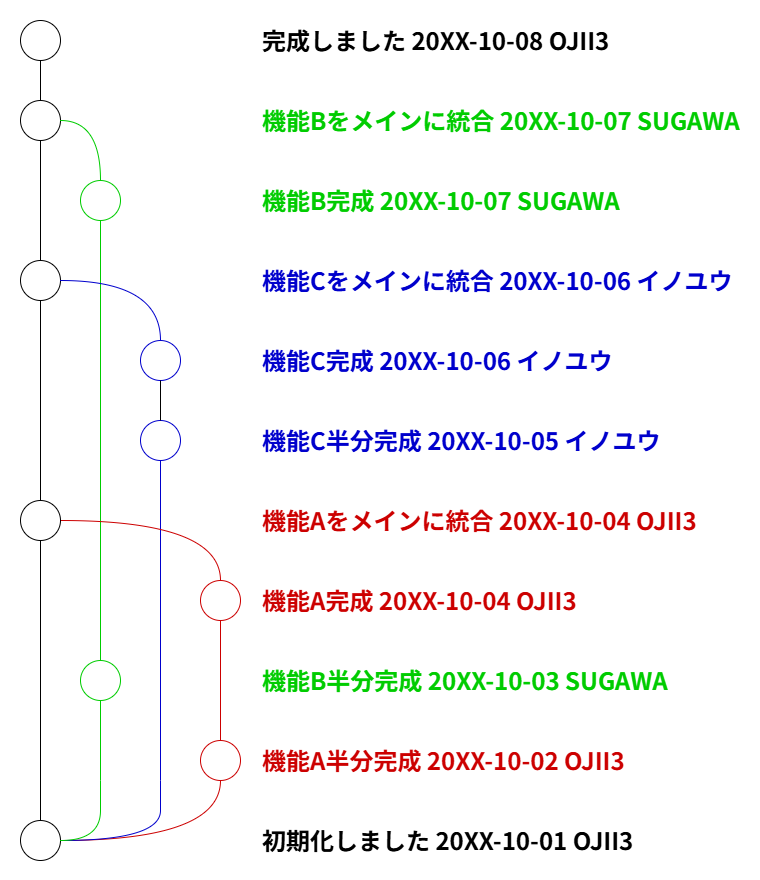
This is gitlec-step0-2025/img/goodcommit.png from tuatmcc/GitLec, a draw.io export, as it was before one commit. Source tidied: cells renumbered, new cells last; positions are measured from the earlier drawing's top-left corner, leaving out a move shared by most shapes. Source of this version:
```xml
<mxGraphModel>
  <root>
    <mxCell id="0" />
    <mxCell id="1" parent="0" />
    <mxCell id="2" style="rounded=0;whiteSpace=wrap;html=1;strokeColor=none;" parent="1" vertex="1">
      <mxGeometry width="760" height="880" as="geometry" />
    </mxCell>
    <mxCell id="3" style="ellipse;whiteSpace=wrap;html=1;" parent="1" vertex="1">
      <mxGeometry x="20" y="820" width="40" height="40" as="geometry" />
    </mxCell>
    <mxCell id="4" value="&lt;font face=&quot;Noto Sans JP&quot;&gt;&lt;span style=&quot;font-size: 24px;&quot;&gt;&lt;b&gt;初期化しました 20XX-10-01 OJII3&lt;/b&gt;&lt;/span&gt;&lt;/font&gt;" style="text;html=1;align=left;verticalAlign=middle;whiteSpace=wrap;rounded=0;" parent="1" vertex="1">
      <mxGeometry x="260" y="820" width="390" height="40" as="geometry" />
    </mxCell>
    <mxCell id="5" style="ellipse;whiteSpace=wrap;html=1;strokeColor=#CC0000;" parent="1" vertex="1">
      <mxGeometry x="200" y="740" width="40" height="40" as="geometry" />
    </mxCell>
    <mxCell id="6" value="&lt;font style=&quot;color: rgb(204, 0, 0);&quot; face=&quot;Noto Sans JP&quot;&gt;&lt;span style=&quot;font-size: 24px;&quot;&gt;&lt;b style=&quot;&quot;&gt;機能A半分完成 20XX-10-02 OJII3&lt;/b&gt;&lt;/span&gt;&lt;/font&gt;" style="text;html=1;align=left;verticalAlign=middle;whiteSpace=wrap;rounded=0;fontColor=#FF9999;" parent="1" vertex="1">
      <mxGeometry x="260" y="740" width="370" height="40" as="geometry" />
    </mxCell>
    <mxCell id="7" style="ellipse;whiteSpace=wrap;html=1;strokeColor=#00CC00;" parent="1" vertex="1">
      <mxGeometry x="80" y="660" width="40" height="40" as="geometry" />
    </mxCell>
    <mxCell id="8" value="&lt;font style=&quot;color: rgb(0, 204, 0);&quot;&gt;&lt;b style=&quot;scrollbar-color: rgb(226, 226, 226) rgb(251, 251, 251); font-family: &amp;quot;Noto Sans JP&amp;quot;; font-size: 24px;&quot;&gt;機能B半分完成&lt;/b&gt;&lt;font style=&quot;&quot; face=&quot;Noto Sans JP&quot;&gt;&lt;span style=&quot;font-size: 24px;&quot;&gt;&lt;b style=&quot;&quot;&gt;&amp;nbsp;20XX-10-03 SUGAWA&lt;/b&gt;&lt;/span&gt;&lt;/font&gt;&lt;/font&gt;" style="text;html=1;align=left;verticalAlign=middle;whiteSpace=wrap;rounded=0;" parent="1" vertex="1">
      <mxGeometry x="260" y="660" width="420" height="40" as="geometry" />
    </mxCell>
    <mxCell id="9" style="ellipse;whiteSpace=wrap;html=1;strokeColor=#CC0000;" parent="1" vertex="1">
      <mxGeometry x="200" y="580" width="40" height="40" as="geometry" />
    </mxCell>
    <mxCell id="10" value="&lt;font style=&quot;color: rgb(0, 0, 204);&quot;&gt;&lt;b style=&quot;scrollbar-color: rgb(226, 226, 226) rgb(251, 251, 251); font-family: &amp;quot;Noto Sans JP&amp;quot;; font-size: 24px;&quot;&gt;機能C半分完成&lt;/b&gt;&lt;font style=&quot;&quot; face=&quot;Noto Sans JP&quot;&gt;&lt;span style=&quot;font-size: 24px;&quot;&gt;&lt;b style=&quot;&quot;&gt;&amp;nbsp;20XX-10-05 イノユウ&lt;/b&gt;&lt;/span&gt;&lt;/font&gt;&lt;/font&gt;" style="text;html=1;align=left;verticalAlign=middle;whiteSpace=wrap;rounded=0;" parent="1" vertex="1">
      <mxGeometry x="260" y="420" width="420" height="40" as="geometry" />
    </mxCell>
    <mxCell id="11" style="endArrow=none;html=1;strokeColor=#00CC00;" parent="1" edge="1" source="7" target="16">
      <mxGeometry relative="1" as="geometry" />
    </mxCell>
    <mxCell id="12" style="endArrow=none;html=1;strokeColor=#CC0000;" parent="1" edge="1" source="9" target="5">
      <mxGeometry relative="1" as="geometry" />
    </mxCell>
    <mxCell id="13" style="ellipse;whiteSpace=wrap;html=1;strokeColor=#0000CC;" parent="1" vertex="1">
      <mxGeometry x="140" y="420" width="40" height="40" as="geometry" />
    </mxCell>
    <mxCell id="14" style="ellipse;whiteSpace=wrap;html=1;strokeColor=#0000CC;" parent="1" vertex="1">
      <mxGeometry x="140" y="340" width="40" height="40" as="geometry" />
    </mxCell>
    <mxCell id="15" style="endArrow=none;html=1;" parent="1" edge="1" source="13" target="14">
      <mxGeometry relative="1" as="geometry" />
    </mxCell>
    <mxCell id="16" style="ellipse;whiteSpace=wrap;html=1;strokeColor=#00CC00;" parent="1" vertex="1">
      <mxGeometry x="80" y="180" width="40" height="40" as="geometry" />
    </mxCell>
    <mxCell id="17" style="ellipse;whiteSpace=wrap;html=1;" parent="1" vertex="1">
      <mxGeometry x="20" y="20" width="40" height="40" as="geometry" />
    </mxCell>
    <mxCell id="18" value="&lt;font face=&quot;Noto Sans JP&quot;&gt;&lt;span style=&quot;font-size: 24px;&quot;&gt;&lt;b&gt;完成しました 20XX-10-08 OJII3&lt;/b&gt;&lt;/span&gt;&lt;/font&gt;" style="text;html=1;align=left;verticalAlign=middle;whiteSpace=wrap;rounded=0;" parent="1" vertex="1">
      <mxGeometry x="260" y="20" width="370" height="40" as="geometry" />
    </mxCell>
    <mxCell id="19" value="&lt;font style=&quot;color: rgb(204, 0, 0);&quot; face=&quot;Noto Sans JP&quot;&gt;&lt;span style=&quot;font-size: 24px;&quot;&gt;&lt;b style=&quot;&quot;&gt;機能A完成 20XX-10-04 OJII3&lt;/b&gt;&lt;/span&gt;&lt;/font&gt;" style="text;html=1;align=left;verticalAlign=middle;whiteSpace=wrap;rounded=0;fontColor=#FF9999;" parent="1" vertex="1">
      <mxGeometry x="260" y="580" width="340" height="40" as="geometry" />
    </mxCell>
    <mxCell id="20" value="&lt;font style=&quot;color: rgb(0, 204, 0);&quot;&gt;&lt;b style=&quot;scrollbar-color: rgb(226, 226, 226) rgb(251, 251, 251); font-family: &amp;quot;Noto Sans JP&amp;quot;; font-size: 24px;&quot;&gt;機能B完成&lt;/b&gt;&lt;font style=&quot;&quot; face=&quot;Noto Sans JP&quot;&gt;&lt;span style=&quot;font-size: 24px;&quot;&gt;&lt;b style=&quot;&quot;&gt;&amp;nbsp;20XX-10-07 SUGAWA&lt;/b&gt;&lt;/span&gt;&lt;/font&gt;&lt;/font&gt;" style="text;html=1;align=left;verticalAlign=middle;whiteSpace=wrap;rounded=0;" parent="1" vertex="1">
      <mxGeometry x="260" y="180" width="370" height="40" as="geometry" />
    </mxCell>
    <mxCell id="21" value="&lt;font style=&quot;color: rgb(0, 0, 204);&quot;&gt;&lt;b style=&quot;scrollbar-color: rgb(226, 226, 226) rgb(251, 251, 251); font-family: &amp;quot;Noto Sans JP&amp;quot;; font-size: 24px;&quot;&gt;機能C完成&lt;/b&gt;&lt;font style=&quot;&quot; face=&quot;Noto Sans JP&quot;&gt;&lt;span style=&quot;font-size: 24px;&quot;&gt;&lt;b style=&quot;&quot;&gt;&amp;nbsp;20XX-10-06 イノユウ&lt;/b&gt;&lt;/span&gt;&lt;/font&gt;&lt;/font&gt;" style="text;html=1;align=left;verticalAlign=middle;whiteSpace=wrap;rounded=0;" parent="1" vertex="1">
      <mxGeometry x="260" y="340" width="360" height="40" as="geometry" />
    </mxCell>
    <mxCell id="22" style="endArrow=none;html=1;rounded=0;curved=1;strokeColor=#CC0000;" parent="1" edge="1" source="3" target="5">
      <mxGeometry relative="1" as="geometry">
        <Array as="points">
          <mxPoint x="220" y="840" />
        </Array>
      </mxGeometry>
    </mxCell>
    <mxCell id="23" style="endArrow=none;html=1;rounded=0;curved=1;strokeColor=#0000CC;" parent="1" edge="1" source="3" target="13">
      <mxGeometry relative="1" as="geometry">
        <Array as="points">
          <mxPoint x="160" y="840" />
          <mxPoint x="160" y="780" />
        </Array>
      </mxGeometry>
    </mxCell>
    <mxCell id="24" style="endArrow=none;html=1;rounded=0;curved=1;strokeColor=#00CC00;" parent="1" edge="1" source="3" target="7">
      <mxGeometry relative="1" as="geometry">
        <Array as="points">
          <mxPoint x="100" y="840" />
          <mxPoint x="100" y="780" />
        </Array>
      </mxGeometry>
    </mxCell>
    <mxCell id="25" style="endArrow=none;html=1;rounded=0;curved=1;strokeColor=#CC0000;" parent="1" edge="1" source="27" target="9">
      <mxGeometry relative="1" as="geometry">
        <Array as="points">
          <mxPoint x="220" y="520" />
        </Array>
      </mxGeometry>
    </mxCell>
    <mxCell id="26" style="ellipse;whiteSpace=wrap;html=1;" parent="1" vertex="1">
      <mxGeometry x="20" y="100" width="40" height="40" as="geometry" />
    </mxCell>
    <mxCell id="27" style="ellipse;whiteSpace=wrap;html=1;" parent="1" vertex="1">
      <mxGeometry x="20" y="500" width="40" height="40" as="geometry" />
    </mxCell>
    <mxCell id="28" style="ellipse;whiteSpace=wrap;html=1;" parent="1" vertex="1">
      <mxGeometry x="20" y="260" width="40" height="40" as="geometry" />
    </mxCell>
    <mxCell id="29" style="endArrow=none;html=1;" parent="1" edge="1" source="26" target="17">
      <mxGeometry relative="1" as="geometry" />
    </mxCell>
    <mxCell id="30" style="endArrow=none;html=1;" parent="1" edge="1" source="28" target="26">
      <mxGeometry relative="1" as="geometry" />
    </mxCell>
    <mxCell id="31" style="endArrow=none;html=1;" parent="1" edge="1" source="27" target="28">
      <mxGeometry relative="1" as="geometry" />
    </mxCell>
    <mxCell id="32" style="endArrow=none;html=1;" parent="1" edge="1" source="3" target="27">
      <mxGeometry relative="1" as="geometry" />
    </mxCell>
    <mxCell id="33" value="&lt;font style=&quot;color: rgb(204, 0, 0);&quot; face=&quot;Noto Sans JP&quot;&gt;&lt;span style=&quot;font-size: 24px;&quot;&gt;&lt;b style=&quot;&quot;&gt;機能Aをメインに統合 20XX-10-04 OJII3&lt;/b&gt;&lt;/span&gt;&lt;/font&gt;" style="text;html=1;align=left;verticalAlign=middle;whiteSpace=wrap;rounded=0;fontColor=#FF9999;" parent="1" vertex="1">
      <mxGeometry x="260" y="500" width="450" height="40" as="geometry" />
    </mxCell>
    <mxCell id="34" style="endArrow=none;html=1;rounded=0;curved=1;strokeColor=#0000CC;" parent="1" edge="1" source="28" target="14">
      <mxGeometry relative="1" as="geometry">
        <Array as="points">
          <mxPoint x="160" y="280" />
        </Array>
      </mxGeometry>
    </mxCell>
    <mxCell id="35" style="endArrow=none;html=1;rounded=0;curved=1;strokeColor=#00CC00;" parent="1" edge="1" source="26" target="16">
      <mxGeometry relative="1" as="geometry">
        <Array as="points">
          <mxPoint x="100" y="120" />
        </Array>
      </mxGeometry>
    </mxCell>
    <mxCell id="36" value="&lt;font style=&quot;color: rgb(0, 204, 0);&quot;&gt;&lt;b style=&quot;scrollbar-color: rgb(226, 226, 226) rgb(251, 251, 251); font-family: &amp;quot;Noto Sans JP&amp;quot;; font-size: 24px;&quot;&gt;機能Bをメインに統合&lt;/b&gt;&lt;font style=&quot;&quot; face=&quot;Noto Sans JP&quot;&gt;&lt;span style=&quot;font-size: 24px;&quot;&gt;&lt;b style=&quot;&quot;&gt;&amp;nbsp;20XX-10-07 SUGAWA&lt;/b&gt;&lt;/span&gt;&lt;/font&gt;&lt;/font&gt;" style="text;html=1;align=left;verticalAlign=middle;whiteSpace=wrap;rounded=0;" parent="1" vertex="1">
      <mxGeometry x="260" y="100" width="490" height="40" as="geometry" />
    </mxCell>
    <mxCell id="37" value="&lt;font style=&quot;color: rgb(0, 0, 204);&quot;&gt;&lt;b style=&quot;scrollbar-color: rgb(226, 226, 226) rgb(251, 251, 251); font-family: &amp;quot;Noto Sans JP&amp;quot;; font-size: 24px;&quot;&gt;機能Cをメインに統合&lt;/b&gt;&lt;font style=&quot;&quot; face=&quot;Noto Sans JP&quot;&gt;&lt;span style=&quot;font-size: 24px;&quot;&gt;&lt;b style=&quot;&quot;&gt;&amp;nbsp;20XX-10-06 イノユウ&lt;/b&gt;&lt;/span&gt;&lt;/font&gt;&lt;/font&gt;" style="text;html=1;align=left;verticalAlign=middle;whiteSpace=wrap;rounded=0;" parent="1" vertex="1">
      <mxGeometry x="260" y="260" width="480" height="40" as="geometry" />
    </mxCell>
  </root>
</mxGraphModel>
```
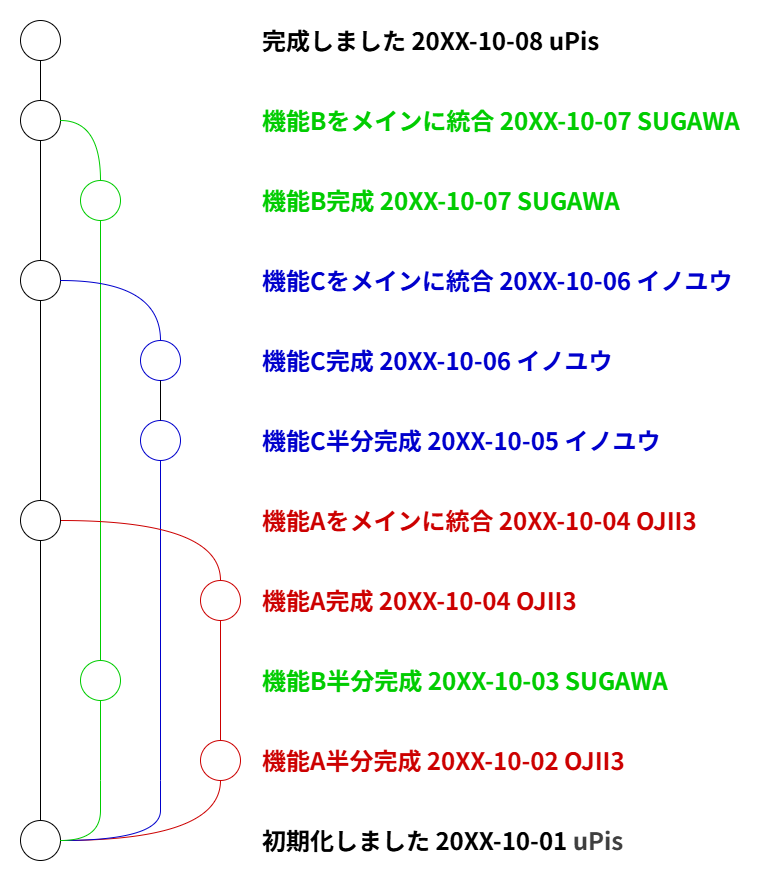
After the commit.

The edit, as a diff of the source:
```diff
@@ -8,7 +8,7 @@
     <mxCell id="3" style="ellipse;whiteSpace=wrap;html=1;" parent="1" vertex="1">
       <mxGeometry x="20" y="820" width="40" height="40" as="geometry" />
     </mxCell>
-    <mxCell id="4" value="&lt;font face=&quot;Noto Sans JP&quot;&gt;&lt;span style=&quot;font-size: 24px;&quot;&gt;&lt;b&gt;初期化しました 20XX-10-01 OJII3&lt;/b&gt;&lt;/span&gt;&lt;/font&gt;" style="text;html=1;align=left;verticalAlign=middle;whiteSpace=wrap;rounded=0;" parent="1" vertex="1">
+    <mxCell id="4" value="&lt;font face=&quot;Noto Sans JP&quot;&gt;&lt;span style=&quot;font-size: 24px;&quot;&gt;&lt;b&gt;初期化しました 20XX-10-01&amp;nbsp;&lt;/b&gt;&lt;/span&gt;&lt;/font&gt;&lt;b style=&quot;color: rgb(63, 63, 63); scrollbar-color: rgb(226, 226, 226) rgb(251, 251, 251); font-family: &amp;quot;Noto Sans JP&amp;quot;; font-size: 24px;&quot;&gt;uPis&lt;/b&gt;" style="text;html=1;align=left;verticalAlign=middle;whiteSpace=wrap;rounded=0;" parent="1" vertex="1">
       <mxGeometry x="260" y="820" width="390" height="40" as="geometry" />
     </mxCell>
     <mxCell id="5" style="ellipse;whiteSpace=wrap;html=1;strokeColor=#CC0000;" parent="1" vertex="1">
@@ -50,7 +50,7 @@
     <mxCell id="17" style="ellipse;whiteSpace=wrap;html=1;" parent="1" vertex="1">
       <mxGeometry x="20" y="20" width="40" height="40" as="geometry" />
     </mxCell>
-    <mxCell id="18" value="&lt;font face=&quot;Noto Sans JP&quot;&gt;&lt;span style=&quot;font-size: 24px;&quot;&gt;&lt;b&gt;完成しました 20XX-10-08 OJII3&lt;/b&gt;&lt;/span&gt;&lt;/font&gt;" style="text;html=1;align=left;verticalAlign=middle;whiteSpace=wrap;rounded=0;" parent="1" vertex="1">
+    <mxCell id="18" value="&lt;font face=&quot;Noto Sans JP&quot;&gt;&lt;span style=&quot;font-size: 24px;&quot;&gt;&lt;b&gt;完成しました 20XX-10-08 uPis&lt;/b&gt;&lt;/span&gt;&lt;/font&gt;" style="text;html=1;align=left;verticalAlign=middle;whiteSpace=wrap;rounded=0;" parent="1" vertex="1">
       <mxGeometry x="260" y="20" width="370" height="40" as="geometry" />
     </mxCell>
     <mxCell id="19" value="&lt;font style=&quot;color: rgb(204, 0, 0);&quot; face=&quot;Noto Sans JP&quot;&gt;&lt;span style=&quot;font-size: 24px;&quot;&gt;&lt;b style=&quot;&quot;&gt;機能A完成 20XX-10-04 OJII3&lt;/b&gt;&lt;/span&gt;&lt;/font&gt;" style="text;html=1;align=left;verticalAlign=middle;whiteSpace=wrap;rounded=0;fontColor=#FF9999;" parent="1" vertex="1">
```
